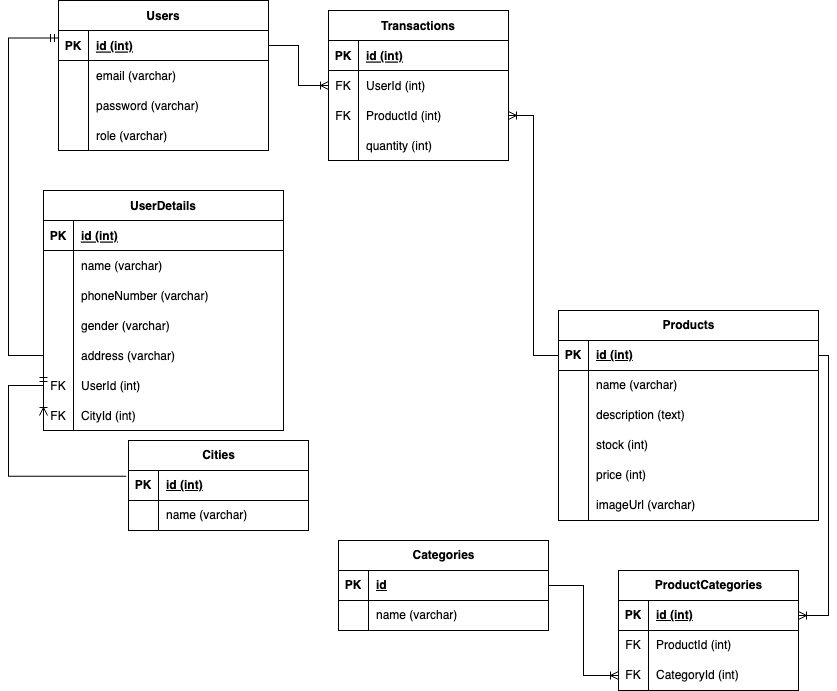
Before: schema.drawio.png, a diagram exported from draw.io (ariiqramadhan/p1-project). Source tidied: cells renumbered, new cells last; positions are measured from the earlier drawing's top-left corner, leaving out a move shared by most shapes.
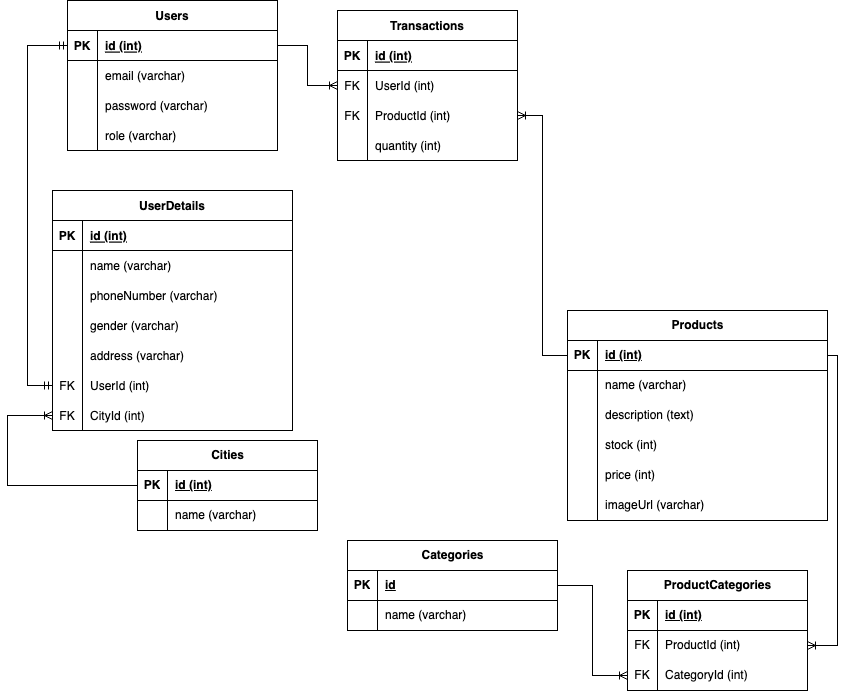
After the commit.

Change to the diagram source:
```diff
@@ -254,14 +254,6 @@
     <mxCell id="85" value="CategoryId (int)" style="shape=partialRectangle;fillColor=none;top=0;left=0;bottom=0;right=0;align=left;spacingLeft=6;overflow=hidden;whiteSpace=wrap;html=1;" parent="83" vertex="1">
       <mxGeometry x="30" width="150" height="30" as="geometry" />
     </mxCell>
-    <mxCell id="86" style="edgeStyle=orthogonalEdgeStyle;html=1;exitX=0;exitY=0.5;exitDx=0;exitDy=0;entryX=0;entryY=0.25;entryDx=0;entryDy=0;rounded=0;endArrow=ERmandOne;endFill=0;startArrow=ERmandOne;startFill=0;" parent="1" edge="1" source="31" target="2">
-      <mxGeometry relative="1" as="geometry">
-        <Array as="points">
-          <mxPoint y="355" />
-          <mxPoint y="38" />
-        </Array>
-      </mxGeometry>
-    </mxCell>
     <mxCell id="87" value="Cities" style="shape=table;startSize=30;rowLines=0;fontStyle=1;align=center;html=1;" parent="1" vertex="1">
       <mxGeometry x="120" y="440" width="180" height="90" as="geometry" />
     </mxCell>
@@ -283,25 +275,33 @@
     <mxCell id="93" value="name (varchar)" style="shape=partialRectangle;fillColor=none;top=0;left=0;bottom=0;right=0;align=left;spacingLeft=6;overflow=hidden;whiteSpace=wrap;html=1;" parent="91" vertex="1">
       <mxGeometry x="30" width="150" height="30" as="geometry" />
     </mxCell>
-    <mxCell id="94" style="edgeStyle=orthogonalEdgeStyle;rounded=0;html=1;exitX=0;exitY=0.5;exitDx=0;exitDy=0;entryX=-0.013;entryY=0.194;entryDx=0;entryDy=0;entryPerimeter=0;startArrow=ERoneToMany;startFill=0;endArrow=none;endFill=0;" parent="1" edge="1" source="34" target="88">
-      <mxGeometry relative="1" as="geometry">
-        <Array as="points">
-          <mxPoint y="385" />
-          <mxPoint y="476" />
-        </Array>
-      </mxGeometry>
-    </mxCell>
     <mxCell id="95" style="edgeStyle=orthogonalEdgeStyle;rounded=0;html=1;exitX=1;exitY=0.5;exitDx=0;exitDy=0;entryX=0;entryY=0.5;entryDx=0;entryDy=0;startArrow=none;startFill=0;endArrow=ERoneToMany;endFill=0;" parent="1" edge="1" source="3" target="41">
       <mxGeometry relative="1" as="geometry" />
     </mxCell>
     <mxCell id="96" style="edgeStyle=orthogonalEdgeStyle;rounded=0;html=1;exitX=0;exitY=0.5;exitDx=0;exitDy=0;entryX=1;entryY=0.5;entryDx=0;entryDy=0;startArrow=ERoneToMany;startFill=0;endArrow=none;endFill=0;" parent="1" edge="1" source="83" target="70">
       <mxGeometry relative="1" as="geometry" />
     </mxCell>
-    <mxCell id="97" style="edgeStyle=orthogonalEdgeStyle;html=1;exitX=1;exitY=0.5;exitDx=0;exitDy=0;entryX=1;entryY=0.5;entryDx=0;entryDy=0;endArrow=ERoneToMany;endFill=0;rounded=0;" parent="1" edge="1" source="51" target="77">
+    <mxCell id="97" style="edgeStyle=orthogonalEdgeStyle;html=1;exitX=1;exitY=0.5;exitDx=0;exitDy=0;entryX=1;entryY=0.5;entryDx=0;entryDy=0;endArrow=ERoneToMany;endFill=0;rounded=0;" parent="1" edge="1" source="51" target="80">
       <mxGeometry relative="1" as="geometry" />
     </mxCell>
     <mxCell id="98" style="edgeStyle=orthogonalEdgeStyle;rounded=0;html=1;exitX=1;exitY=0.5;exitDx=0;exitDy=0;entryX=0;entryY=0.5;entryDx=0;entryDy=0;endArrow=none;endFill=0;startArrow=ERoneToMany;startFill=0;" parent="1" edge="1" source="44" target="51">
       <mxGeometry relative="1" as="geometry" />
     </mxCell>
+    <mxCell id="99" style="edgeStyle=orthogonalEdgeStyle;html=1;exitX=0;exitY=0.5;exitDx=0;exitDy=0;entryX=0;entryY=0.5;entryDx=0;entryDy=0;rounded=0;startArrow=ERmandOne;startFill=0;endArrow=ERmandOne;endFill=0;" parent="1" edge="1" source="3" target="31">
+      <mxGeometry relative="1" as="geometry">
+        <Array as="points">
+          <mxPoint x="10" y="45" />
+          <mxPoint x="10" y="385" />
+        </Array>
+      </mxGeometry>
+    </mxCell>
+    <mxCell id="100" style="edgeStyle=orthogonalEdgeStyle;rounded=0;html=1;exitX=0;exitY=0.5;exitDx=0;exitDy=0;entryX=0;entryY=0.5;entryDx=0;entryDy=0;startArrow=none;startFill=0;endArrow=ERoneToMany;endFill=0;" parent="1" edge="1" source="88" target="34">
+      <mxGeometry relative="1" as="geometry">
+        <Array as="points">
+          <mxPoint x="-10" y="485" />
+          <mxPoint x="-10" y="415" />
+        </Array>
+      </mxGeometry>
+    </mxCell>
   </root>
 </mxGraphModel>
```
